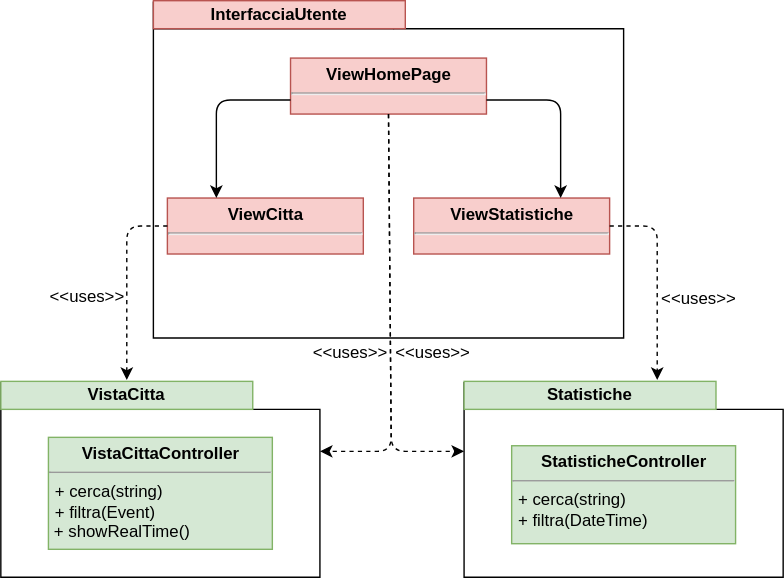
Earlier version of the draw.io export resources/DiagrammaClassiUtente.svg (Leaaaf/weatherment.io). Source tidied: cells renumbered, new cells last; positions are measured from the earlier drawing's top-left corner, leaving out a move shared by most shapes. Source of this version:
```xml
<mxGraphModel>
  <root>
    <mxCell id="0" />
    <mxCell id="1" parent="0" />
    <mxCell id="2" style="shape=folder;fontStyle=1;spacingTop=10;tabWidth=172;tabHeight=19;tabPosition=left;html=1;" parent="1" vertex="1">
      <mxGeometry x="109" y="1" width="336" height="240" as="geometry" />
    </mxCell>
    <mxCell id="3" value="InterfacciaUtente" style="text;align=center;fontStyle=1;verticalAlign=middle;spacingLeft=3;spacingRight=3;strokeColor=#b85450;fillColor=#f8cecc;" parent="1" vertex="1">
      <mxGeometry x="109" width="180" height="20" as="geometry" />
    </mxCell>
    <mxCell id="4" value="&lt;p style=&quot;margin: 0px ; margin-top: 4px ; text-align: center&quot;&gt;&lt;b&gt;ViewHomePage&lt;/b&gt;&lt;/p&gt;&lt;hr&gt;" style="verticalAlign=top;align=left;overflow=fill;fontSize=12;fontFamily=Helvetica;html=1;labelBackgroundColor=none;absoluteArcSize=1;fillColor=#f8cecc;strokeColor=#b85450;" parent="1" vertex="1">
      <mxGeometry x="207" y="41" width="140" height="40" as="geometry" />
    </mxCell>
    <mxCell id="5" value="&lt;p style=&quot;margin: 0px ; margin-top: 4px ; text-align: center&quot;&gt;&lt;b&gt;ViewCitta&lt;/b&gt;&lt;/p&gt;&lt;hr&gt;" style="verticalAlign=top;align=left;overflow=fill;fontSize=12;fontFamily=Helvetica;html=1;labelBackgroundColor=none;absoluteArcSize=1;fillColor=#f8cecc;strokeColor=#b85450;" parent="1" vertex="1">
      <mxGeometry x="119" y="141" width="140" height="40" as="geometry" />
    </mxCell>
    <mxCell id="6" value="&lt;p style=&quot;margin: 0px ; margin-top: 4px ; text-align: center&quot;&gt;&lt;b&gt;ViewStatistiche&lt;/b&gt;&lt;/p&gt;&lt;hr&gt;" style="verticalAlign=top;align=left;overflow=fill;fontSize=12;fontFamily=Helvetica;html=1;labelBackgroundColor=none;absoluteArcSize=1;fillColor=#f8cecc;strokeColor=#b85450;" parent="1" vertex="1">
      <mxGeometry x="295" y="141" width="140" height="40" as="geometry" />
    </mxCell>
    <mxCell id="7" style="endArrow=classic;html=1;exitX=0;exitY=0.75;exitDx=0;exitDy=0;entryX=0.25;entryY=0;entryDx=0;entryDy=0;" parent="1" edge="1" source="4" target="5">
      <mxGeometry relative="1" as="geometry">
        <Array as="points">
          <mxPoint x="154" y="71" />
        </Array>
      </mxGeometry>
    </mxCell>
    <mxCell id="8" style="endArrow=classic;html=1;exitX=1;exitY=0.75;exitDx=0;exitDy=0;entryX=0.75;entryY=0;entryDx=0;entryDy=0;" parent="1" edge="1" source="4" target="6">
      <mxGeometry relative="1" as="geometry">
        <Array as="points">
          <mxPoint x="400" y="71" />
        </Array>
      </mxGeometry>
    </mxCell>
    <mxCell id="9" style="shape=folder;fontStyle=1;spacingTop=10;tabWidth=172;tabHeight=19;tabPosition=left;html=1;" parent="1" vertex="1">
      <mxGeometry y="273" width="228" height="139" as="geometry" />
    </mxCell>
    <mxCell id="10" value="VistaCitta" style="text;align=center;fontStyle=1;verticalAlign=middle;spacingLeft=3;spacingRight=3;strokeColor=#82b366;fillColor=#d5e8d4;" parent="1" vertex="1">
      <mxGeometry y="272" width="180" height="20" as="geometry" />
    </mxCell>
    <mxCell id="11" value="&lt;p style=&quot;margin: 0px ; margin-top: 4px ; text-align: center&quot;&gt;&lt;b&gt;VistaCittaController&lt;/b&gt;&lt;/p&gt;&lt;hr size=&quot;1&quot;&gt;&lt;p style=&quot;margin: 0px ; margin-left: 4px&quot;&gt;+ cerca(string)&lt;/p&gt;&lt;p style=&quot;margin: 0px ; margin-left: 4px&quot;&gt;+ filtra(Event)&lt;/p&gt;&amp;nbsp;+ showRealTime()&lt;br&gt;" style="verticalAlign=top;align=left;overflow=fill;fontSize=12;fontFamily=Helvetica;html=1;labelBackgroundColor=none;fillColor=#d5e8d4;strokeColor=#82b366;" parent="1" vertex="1">
      <mxGeometry x="34" y="312" width="160" height="80" as="geometry" />
    </mxCell>
    <mxCell id="12" style="shape=folder;fontStyle=1;spacingTop=10;tabWidth=172;tabHeight=19;tabPosition=left;html=1;" parent="1" vertex="1">
      <mxGeometry x="331" y="273" width="228" height="139" as="geometry" />
    </mxCell>
    <mxCell id="13" value="Statistiche" style="text;align=center;fontStyle=1;verticalAlign=middle;spacingLeft=3;spacingRight=3;strokeColor=#82b366;fillColor=#d5e8d4;" parent="1" vertex="1">
      <mxGeometry x="331" y="272" width="180" height="20" as="geometry" />
    </mxCell>
    <mxCell id="14" value="&lt;p style=&quot;margin: 0px ; margin-top: 4px ; text-align: center&quot;&gt;&lt;b&gt;StatisticheController&lt;/b&gt;&lt;/p&gt;&lt;hr size=&quot;1&quot;&gt;&lt;p style=&quot;margin: 0px ; margin-left: 4px&quot;&gt;+ cerca(string)&lt;/p&gt;&lt;p style=&quot;margin: 0px ; margin-left: 4px&quot;&gt;+ filtra(DateTime)&lt;/p&gt;&lt;br&gt;" style="verticalAlign=top;align=left;overflow=fill;fontSize=12;fontFamily=Helvetica;html=1;labelBackgroundColor=none;fillColor=#d5e8d4;strokeColor=#82b366;" parent="1" vertex="1">
      <mxGeometry x="365" y="318" width="160" height="70" as="geometry" />
    </mxCell>
    <mxCell id="15" style="endArrow=classic;html=1;exitX=0;exitY=0.5;exitDx=0;exitDy=0;dashed=1;" parent="1" edge="1" source="5">
      <mxGeometry relative="1" as="geometry">
        <mxPoint x="90" y="271" as="targetPoint" />
        <Array as="points">
          <mxPoint x="90" y="161" />
        </Array>
      </mxGeometry>
    </mxCell>
    <mxCell id="16" style="endArrow=classic;html=1;exitX=1;exitY=0.5;exitDx=0;exitDy=0;dashed=1;" parent="1" edge="1" source="6">
      <mxGeometry relative="1" as="geometry">
        <mxPoint x="469" y="271" as="targetPoint" />
        <Array as="points">
          <mxPoint x="469" y="161" />
        </Array>
      </mxGeometry>
    </mxCell>
    <mxCell id="17" style="endArrow=classic;html=1;exitX=0.5;exitY=1;exitDx=0;exitDy=0;dashed=1;entryX=0;entryY=0;entryDx=228;entryDy=49;entryPerimeter=0;" parent="1" edge="1" source="4" target="9">
      <mxGeometry relative="1" as="geometry">
        <Array as="points">
          <mxPoint x="279" y="322" />
        </Array>
      </mxGeometry>
    </mxCell>
    <mxCell id="18" style="endArrow=classic;html=1;exitX=0.5;exitY=1;exitDx=0;exitDy=0;dashed=1;entryX=0;entryY=0;entryDx=0;entryDy=49;entryPerimeter=0;" parent="1" edge="1" source="4" target="12">
      <mxGeometry relative="1" as="geometry">
        <Array as="points">
          <mxPoint x="279" y="322" />
        </Array>
      </mxGeometry>
    </mxCell>
    <mxCell id="19" value="&amp;lt;&amp;lt;uses&amp;gt;&amp;gt;" style="text;html=1;strokeColor=none;fillColor=none;align=center;verticalAlign=middle;whiteSpace=wrap;rounded=0;labelBackgroundColor=none;" parent="1" vertex="1">
      <mxGeometry x="288" y="241" width="40" height="20" as="geometry" />
    </mxCell>
    <mxCell id="20" value="&amp;lt;&amp;lt;uses&amp;gt;&amp;gt;" style="text;html=1;strokeColor=none;fillColor=none;align=center;verticalAlign=middle;whiteSpace=wrap;rounded=0;labelBackgroundColor=none;" parent="1" vertex="1">
      <mxGeometry x="229" y="241" width="40" height="20" as="geometry" />
    </mxCell>
    <mxCell id="21" value="&amp;lt;&amp;lt;uses&amp;gt;&amp;gt;" style="text;html=1;strokeColor=none;fillColor=none;align=center;verticalAlign=middle;whiteSpace=wrap;rounded=0;labelBackgroundColor=none;" parent="1" vertex="1">
      <mxGeometry x="478" y="202" width="40" height="20" as="geometry" />
    </mxCell>
    <mxCell id="22" value="&amp;lt;&amp;lt;uses&amp;gt;&amp;gt;" style="text;html=1;strokeColor=none;fillColor=none;align=center;verticalAlign=middle;whiteSpace=wrap;rounded=0;labelBackgroundColor=none;" parent="1" vertex="1">
      <mxGeometry x="41" y="201" width="40" height="20" as="geometry" />
    </mxCell>
  </root>
</mxGraphModel>
```
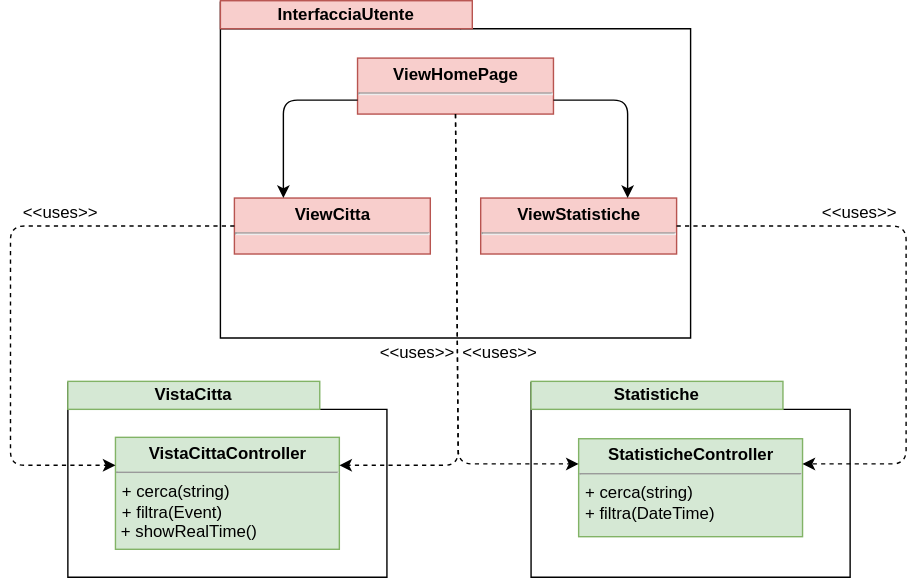
The same file after the commit.

Commit message:
Diagramma delle classi di sistema

What changed in the source:
```diff
@@ -47,35 +47,35 @@
       <mxGeometry x="331" y="272" width="180" height="20" as="geometry" />
     </mxCell>
     <mxCell id="14" value="&lt;p style=&quot;margin: 0px ; margin-top: 4px ; text-align: center&quot;&gt;&lt;b&gt;StatisticheController&lt;/b&gt;&lt;/p&gt;&lt;hr size=&quot;1&quot;&gt;&lt;p style=&quot;margin: 0px ; margin-left: 4px&quot;&gt;+ cerca(string)&lt;/p&gt;&lt;p style=&quot;margin: 0px ; margin-left: 4px&quot;&gt;+ filtra(DateTime)&lt;/p&gt;&lt;br&gt;" style="verticalAlign=top;align=left;overflow=fill;fontSize=12;fontFamily=Helvetica;html=1;labelBackgroundColor=none;fillColor=#d5e8d4;strokeColor=#82b366;" parent="1" vertex="1">
-      <mxGeometry x="365" y="318" width="160" height="70" as="geometry" />
+      <mxGeometry x="365" y="313" width="160" height="70" as="geometry" />
     </mxCell>
-    <mxCell id="15" style="endArrow=classic;html=1;exitX=0;exitY=0.5;exitDx=0;exitDy=0;dashed=1;" parent="1" edge="1" source="5">
+    <mxCell id="15" style="endArrow=classic;html=1;exitX=0;exitY=0.5;exitDx=0;exitDy=0;dashed=1;entryX=0;entryY=0.25;entryDx=0;entryDy=0;" parent="1" edge="1" source="5" target="11">
       <mxGeometry relative="1" as="geometry">
-        <mxPoint x="90" y="271" as="targetPoint" />
         <Array as="points">
-          <mxPoint x="90" y="161" />
+          <mxPoint x="-41" y="161" />
+          <mxPoint x="-41" y="332" />
         </Array>
       </mxGeometry>
     </mxCell>
-    <mxCell id="16" style="endArrow=classic;html=1;exitX=1;exitY=0.5;exitDx=0;exitDy=0;dashed=1;" parent="1" edge="1" source="6">
+    <mxCell id="16" style="endArrow=classic;html=1;exitX=1;exitY=0.5;exitDx=0;exitDy=0;dashed=1;entryX=1;entryY=0.25;entryDx=0;entryDy=0;" parent="1" edge="1" source="6" target="14">
       <mxGeometry relative="1" as="geometry">
-        <mxPoint x="469" y="271" as="targetPoint" />
         <Array as="points">
-          <mxPoint x="469" y="161" />
+          <mxPoint x="599" y="161" />
+          <mxPoint x="599" y="331" />
         </Array>
       </mxGeometry>
     </mxCell>
-    <mxCell id="17" style="endArrow=classic;html=1;exitX=0.5;exitY=1;exitDx=0;exitDy=0;dashed=1;entryX=0;entryY=0;entryDx=228;entryDy=49;entryPerimeter=0;" parent="1" edge="1" source="4" target="9">
+    <mxCell id="17" style="endArrow=classic;html=1;exitX=0.5;exitY=1;exitDx=0;exitDy=0;dashed=1;entryX=1;entryY=0.25;entryDx=0;entryDy=0;" parent="1" edge="1" source="4" target="11">
       <mxGeometry relative="1" as="geometry">
         <Array as="points">
-          <mxPoint x="279" y="322" />
+          <mxPoint x="279" y="332" />
         </Array>
       </mxGeometry>
     </mxCell>
-    <mxCell id="18" style="endArrow=classic;html=1;exitX=0.5;exitY=1;exitDx=0;exitDy=0;dashed=1;entryX=0;entryY=0;entryDx=0;entryDy=49;entryPerimeter=0;" parent="1" edge="1" source="4" target="12">
+    <mxCell id="18" style="endArrow=classic;html=1;exitX=0.5;exitY=1;exitDx=0;exitDy=0;dashed=1;entryX=0;entryY=0.25;entryDx=0;entryDy=0;" parent="1" edge="1" source="4" target="14">
       <mxGeometry relative="1" as="geometry">
         <Array as="points">
-          <mxPoint x="279" y="322" />
+          <mxPoint x="279" y="331" />
         </Array>
       </mxGeometry>
     </mxCell>
@@ -86,10 +86,10 @@
       <mxGeometry x="229" y="241" width="40" height="20" as="geometry" />
     </mxCell>
     <mxCell id="21" value="&amp;lt;&amp;lt;uses&amp;gt;&amp;gt;" style="text;html=1;strokeColor=none;fillColor=none;align=center;verticalAlign=middle;whiteSpace=wrap;rounded=0;labelBackgroundColor=none;" parent="1" vertex="1">
-      <mxGeometry x="478" y="202" width="40" height="20" as="geometry" />
+      <mxGeometry x="545" y="141" width="40" height="20" as="geometry" />
     </mxCell>
     <mxCell id="22" value="&amp;lt;&amp;lt;uses&amp;gt;&amp;gt;" style="text;html=1;strokeColor=none;fillColor=none;align=center;verticalAlign=middle;whiteSpace=wrap;rounded=0;labelBackgroundColor=none;" parent="1" vertex="1">
-      <mxGeometry x="41" y="201" width="40" height="20" as="geometry" />
+      <mxGeometry x="-26" y="141" width="40" height="20" as="geometry" />
     </mxCell>
   </root>
 </mxGraphModel>
```
